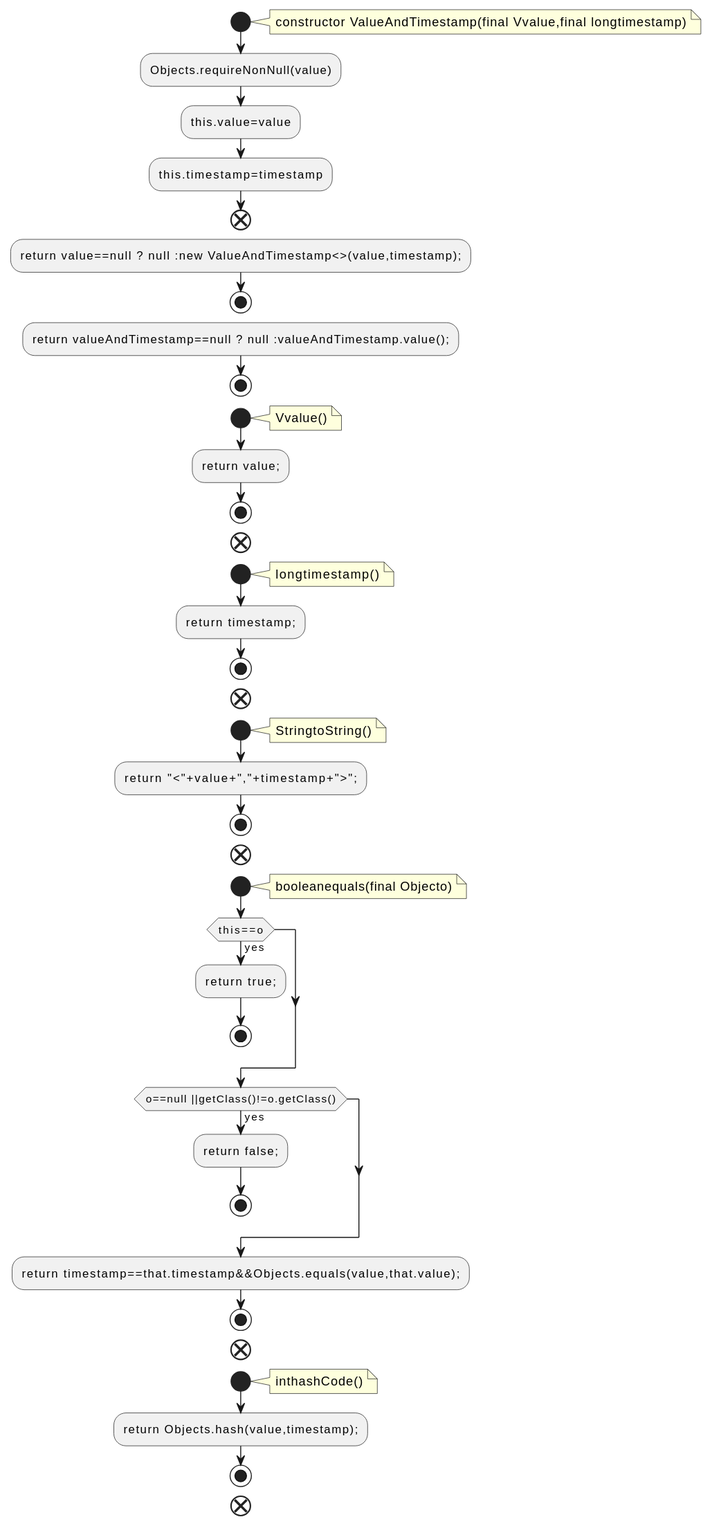
Above: docs/qc/streams/src/main/java/org/apache/kafka/streams/state/ValueAndTimestamp.java.fct.svg in qualitesys/kafka (PlantUML), before the change. Its diagram source:
```plantuml
@startuml
!pragma layout smetana
start
note right
constructor ValueAndTimestamp(final Vvalue,final longtimestamp)
end note
:Objects.requireNonNull(value);
:this.value=value;
:this.timestamp=timestamp;
end
:return value==null ? null :new ValueAndTimestamp<>(value,timestamp);;
stop
:return valueAndTimestamp==null ? null :valueAndTimestamp.value();;
stop
start
note right
Vvalue()
end note
:return value;;
stop
end
start
note right
longtimestamp()
end note
:return timestamp;;
stop
end
start
note right
StringtoString()
end note
:return "<"+value+","+timestamp+">";;
stop
end
start
note right
booleanequals(final Objecto)
end note
if (this==o) then (yes)
:return true;;
stop
endif
if (o==null ||getClass()!=o.getClass()) then (yes)
:return false;;
stop
endif
:return timestamp==that.timestamp&&Objects.equals(value,that.value);;
stop
end
start
note right
inthashCode()
end note
:return Objects.hash(value,timestamp);;
stop
end
@enduml
```
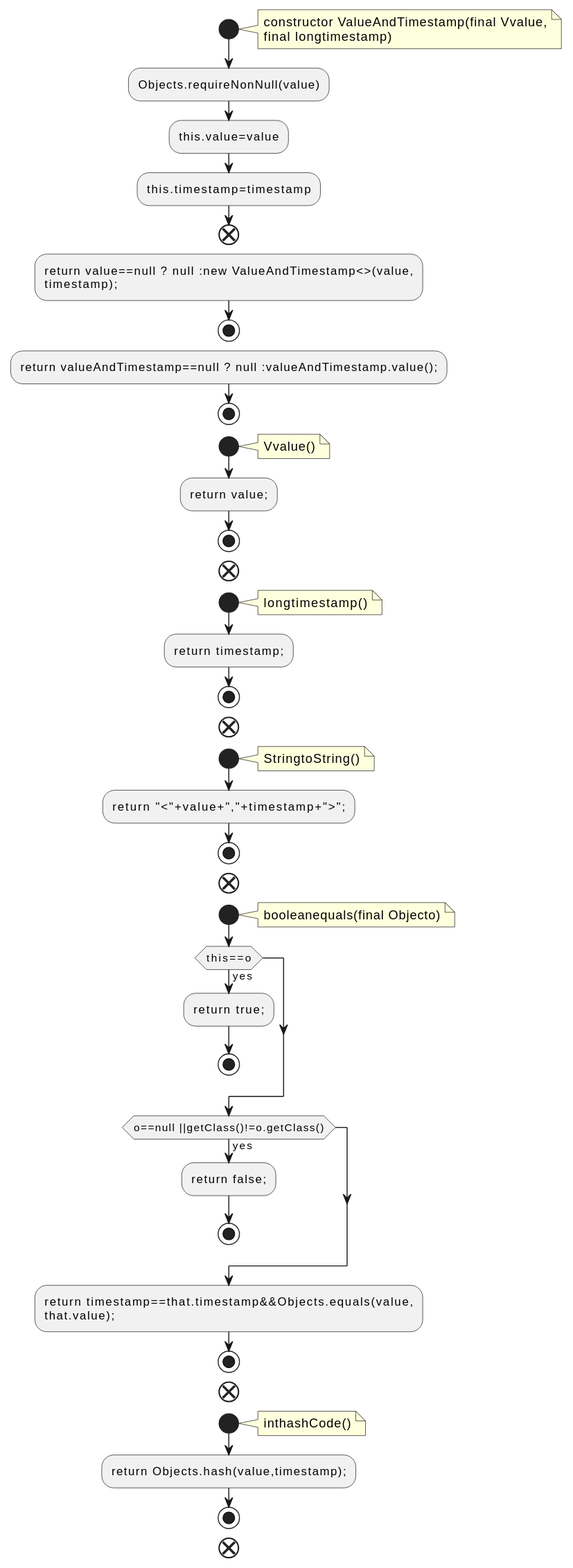
Above is the later version.

Change to the diagram source:
```diff
@@ -2,13 +2,15 @@
 !pragma layout smetana
 start
 note right
-constructor ValueAndTimestamp(final Vvalue,final longtimestamp)
+constructor ValueAndTimestamp(final Vvalue,
+final longtimestamp)
 end note
 :Objects.requireNonNull(value);
 :this.value=value;
 :this.timestamp=timestamp;
 end
-:return value==null ? null :new ValueAndTimestamp<>(value,timestamp);;
+:return value==null ? null :new ValueAndTimestamp<>(value,
+timestamp);;
 stop
 :return valueAndTimestamp==null ? null :valueAndTimestamp.value();;
 stop
@@ -45,7 +47,8 @@
 :return false;;
 stop
 endif
-:return timestamp==that.timestamp&&Objects.equals(value,that.value);;
+:return timestamp==that.timestamp&&Objects.equals(value,
+that.value);;
 stop
 end
 start
```
